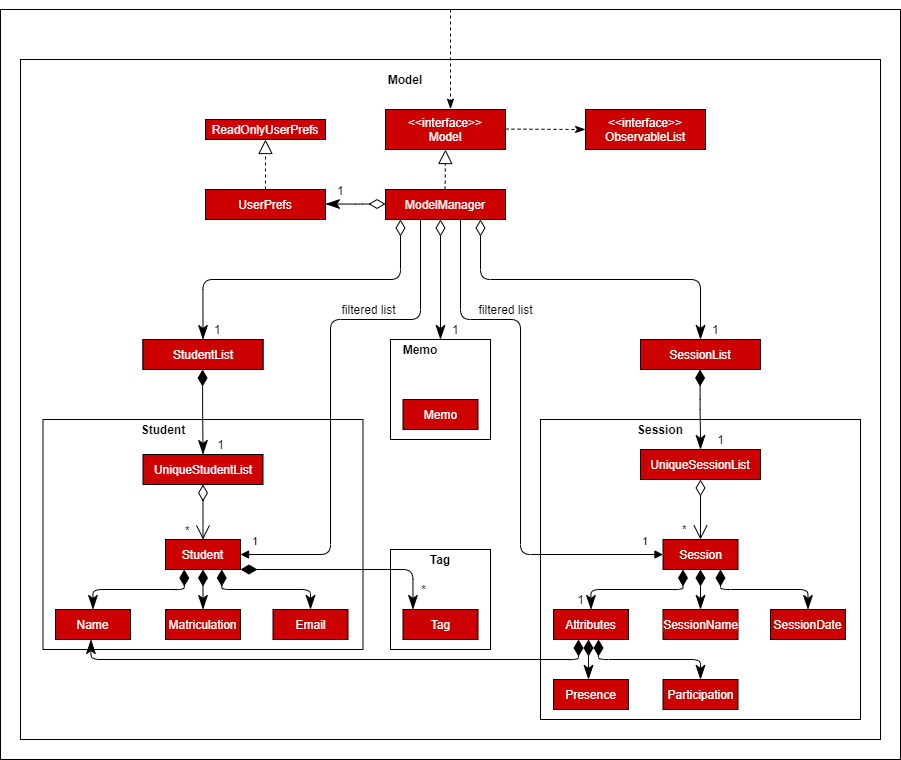
Before: docs/images/ModelClassDiagram.png, a diagram exported from draw.io (nweiyue/tp). Source tidied: cells renumbered, new cells last; positions are measured from the earlier drawing's top-left corner, leaving out a move shared by most shapes.
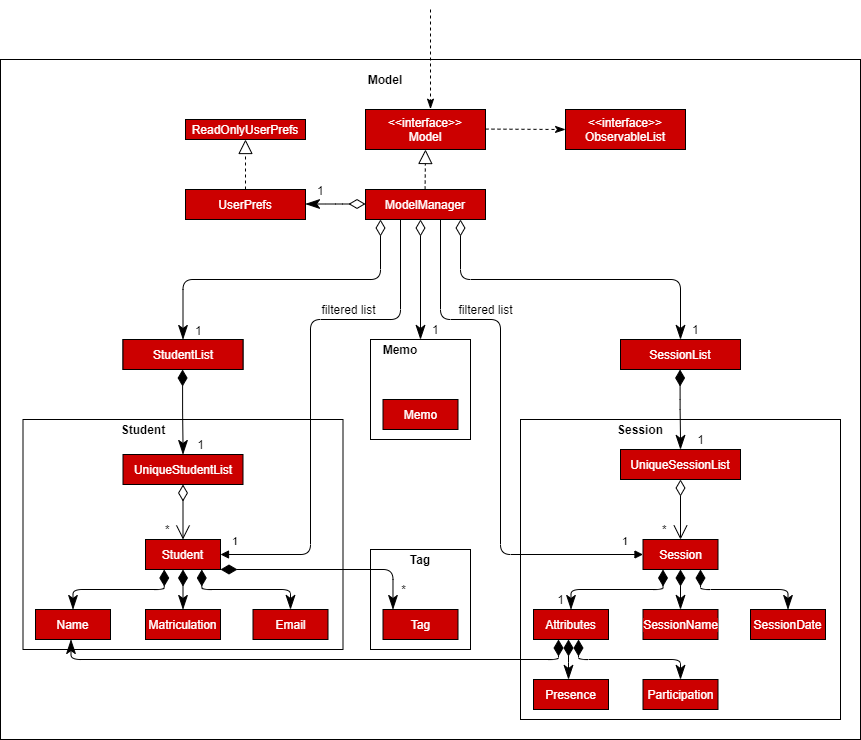
The same file after the commit.

Diff of the diagram source:
```diff
@@ -2,9 +2,6 @@
   <root>
     <mxCell id="0" />
     <mxCell id="1" parent="0" />
-    <mxCell id="2" style="rounded=0;whiteSpace=wrap;html=1;fontSize=12;" parent="1" vertex="1">
-      <mxGeometry width="900" height="750" as="geometry" />
-    </mxCell>
     <mxCell id="3" style="rounded=0;whiteSpace=wrap;html=1;fontSize=12;" parent="1" vertex="1">
       <mxGeometry x="20" y="50" width="860" height="680" as="geometry" />
     </mxCell>
@@ -294,8 +291,9 @@
         <mxPoint x="505" y="119.6" as="sourcePoint" />
       </mxGeometry>
     </mxCell>
-    <mxCell id="68" style="html=1;verticalAlign=bottom;endArrow=classicThin;dashed=1;endSize=8;fontSize=12;fontColor=#FFFFFF;entryX=0;entryY=0.5;entryDx=0;entryDy=0;endFill=1;" parent="1" edge="1" source="2">
+    <mxCell id="68" style="html=1;verticalAlign=bottom;endArrow=classicThin;dashed=1;endSize=8;fontSize=12;fontColor=#FFFFFF;entryX=0;entryY=0.5;entryDx=0;entryDy=0;endFill=1;" parent="1" edge="1">
       <mxGeometry relative="1" as="geometry">
+        <mxPoint x="450" as="sourcePoint" />
         <mxPoint x="450" y="99.6" as="targetPoint" />
       </mxGeometry>
     </mxCell>
```
